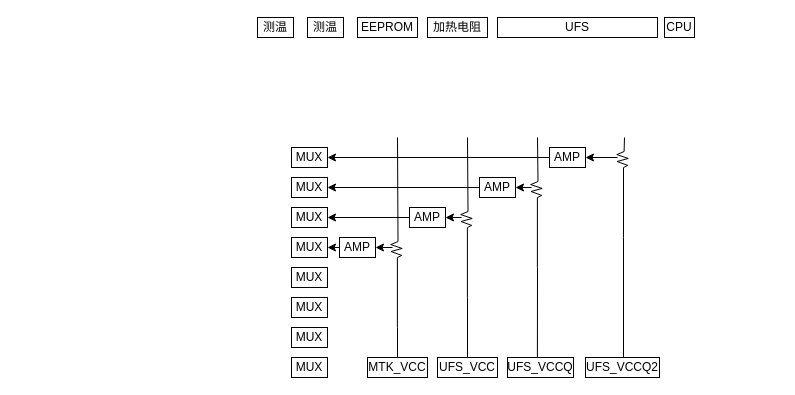
Earlier version of the draw.io diagram draw.io/Untitled Diagram.drawio (8f67ded9/draw.io). Source tidied: cells renumbered, new cells numbered last; positions are measured from the earlier drawing's top-left corner, leaving out a move shared by most shapes. Both pictures are drawn from the tidied source at 100%, with x=0, y=0 at pixel (257, 17).
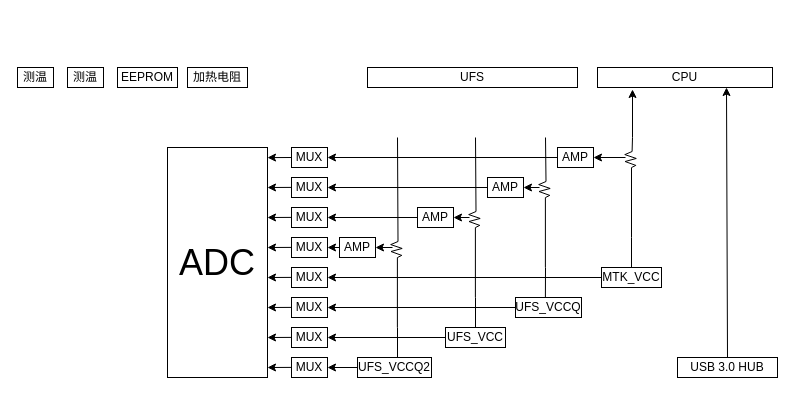
Above is the later version.

The change refers to these unchanged cells:
```xml
<mxCell id="8" value="MUX" style="rounded=0;whiteSpace=wrap;html=1;" parent="1" vertex="1">
  <mxGeometry x="34" y="130" width="36" height="20" as="geometry" />
</mxCell>
<mxCell id="10" value="MUX" style="rounded=0;whiteSpace=wrap;html=1;" parent="1" vertex="1">
  <mxGeometry x="34" y="190" width="36" height="20" as="geometry" />
</mxCell>
<mxCell id="12" value="MUX" style="rounded=0;whiteSpace=wrap;html=1;" parent="1" vertex="1">
  <mxGeometry x="34" y="250" width="36" height="20" as="geometry" />
</mxCell>
<mxCell id="13" value="MUX" style="rounded=0;whiteSpace=wrap;html=1;" parent="1" vertex="1">
  <mxGeometry x="34" y="280" width="36" height="20" as="geometry" />
</mxCell>
<mxCell id="14" value="MUX" style="rounded=0;whiteSpace=wrap;html=1;" parent="1" vertex="1">
  <mxGeometry x="34" y="310" width="36" height="20" as="geometry" />
</mxCell>
<mxCell id="15" value="MUX" style="rounded=0;whiteSpace=wrap;html=1;" parent="1" vertex="1">
  <mxGeometry x="34" y="340" width="36" height="20" as="geometry" />
</mxCell>
```

The edit, as a diff of the source:
```diff
@@
     <mxCell id="2" value="CPU" style="rounded=0;whiteSpace=wrap;html=1;" parent="1" vertex="1">
-      <mxGeometry x="407" width="30" height="20" as="geometry" />
+      <mxGeometry x="340" y="50" width="175" height="20" as="geometry" />
     </mxCell>
     <mxCell id="3" value="测温" style="rounded=0;whiteSpace=wrap;html=1;" parent="1" vertex="1">
-      <mxGeometry width="36" height="20" as="geometry" />
+      <mxGeometry x="-240" y="50" width="36" height="20" as="geometry" />
     </mxCell>
     <mxCell id="4" value="测温" style="rounded=0;whiteSpace=wrap;html=1;" parent="1" vertex="1">
-      <mxGeometry x="50" width="36" height="20" as="geometry" />
+      <mxGeometry x="-190" y="50" width="36" height="20" as="geometry" />
     </mxCell>
     <mxCell id="5" value="EEPROM" style="rounded=0;whiteSpace=wrap;html=1;" parent="1" vertex="1">
-      <mxGeometry x="100" width="60" height="20" as="geometry" />
+      <mxGeometry x="-140" y="50" width="60" height="20" as="geometry" />
     </mxCell>
     <mxCell id="6" value="加热电阻" style="rounded=0;whiteSpace=wrap;html=1;" parent="1" vertex="1">
-      <mxGeometry x="170" width="60" height="20" as="geometry" />
+      <mxGeometry x="-70" y="50" width="60" height="20" as="geometry" />
     </mxCell>
     <mxCell id="7" value="UFS" style="rounded=0;whiteSpace=wrap;html=1;" parent="1" vertex="1">
-      <mxGeometry x="240" width="160" height="20" as="geometry" />
+      <mxGeometry x="110" y="50" width="210" height="20" as="geometry" />
     </mxCell>
+    <mxCell id="64" style="edgeStyle=none;rounded=0;jettySize=auto;html=1;exitX=0;exitY=0.5;exitDx=0;exitDy=0;entryX=1;entryY=0.044;entryDx=0;entryDy=0;entryPerimeter=0;" parent="1" edge="1" source="8" target="72">
+      <mxGeometry relative="1" as="geometry" />
+    </mxCell>
@@
+    <mxCell id="65" style="edgeStyle=none;rounded=0;jettySize=auto;html=1;" parent="1" edge="1" source="10">
+      <mxGeometry relative="1" as="geometry">
+        <mxPoint x="70" y="200" as="targetPoint" />
+      </mxGeometry>
+    </mxCell>
@@
-    <mxCell id="18" value="MTK_VCC" style="rounded=0;whiteSpace=wrap;html=1;" parent="1" vertex="1">
-      <mxGeometry x="110" y="340" width="60" height="20" as="geometry" />
-    </mxCell>
+    <mxCell id="66" style="edgeStyle=none;rounded=0;jettySize=auto;html=1;entryX=1;entryY=0.5;entryDx=0;entryDy=0;" parent="1" edge="1" source="19" target="13">
+      <mxGeometry relative="1" as="geometry" />
+    </mxCell>
     <mxCell id="19" value="UFS_VCCQ" style="rounded=0;whiteSpace=wrap;html=1;" parent="1" vertex="1">
-      <mxGeometry x="250" y="340" width="66" height="20" as="geometry" />
+      <mxGeometry x="258" y="280" width="66" height="20" as="geometry" />
     </mxCell>
-    <mxCell id="20" value="UFS_VCCQ2" style="rounded=0;whiteSpace=wrap;html=1;" parent="1" vertex="1">
-      <mxGeometry x="328" y="340" width="74" height="20" as="geometry" />
-    </mxCell>
@@
-    <mxCell id="28" style="endArrow=none;html=1;exitX=0.5;exitY=0;exitDx=0;exitDy=0;" parent="1" edge="1" source="18">
+    <mxCell id="28" style="endArrow=none;html=1;exitX=0.5;exitY=0;exitDx=0;exitDy=0;" parent="1" edge="1">
       <mxGeometry relative="1" as="geometry">
+        <mxPoint x="140" y="340" as="sourcePoint" />
         <mxPoint x="140" y="310" as="targetPoint" />
       </mxGeometry>
     </mxCell>
@@
     <mxCell id="30" value="AMP" style="rounded=0;whiteSpace=wrap;html=1;" parent="1" vertex="1">
-      <mxGeometry x="152" y="190" width="36" height="20" as="geometry" />
+      <mxGeometry x="160" y="190" width="36" height="20" as="geometry" />
     </mxCell>
+    <mxCell id="67" style="edgeStyle=none;rounded=0;jettySize=auto;html=1;exitX=0;exitY=0.5;exitDx=0;exitDy=0;entryX=1;entryY=0.5;entryDx=0;entryDy=0;" parent="1" edge="1" source="31" target="14">
+      <mxGeometry relative="1" as="geometry" />
+    </mxCell>
     <mxCell id="31" value="UFS_VCC" style="rounded=0;whiteSpace=wrap;html=1;" parent="1" vertex="1">
-      <mxGeometry x="180" y="340" width="60" height="20" as="geometry" />
+      <mxGeometry x="188" y="310" width="60" height="20" as="geometry" />
     </mxCell>
     <mxCell id="32" style="endArrow=none;html=1;" parent="1" edge="1">
       <mxGeometry relative="1" as="geometry">
-        <mxPoint x="214.8" y="201" as="sourcePoint" />
-        <mxPoint x="203" y="197" as="targetPoint" />
+        <mxPoint x="222.8" y="201" as="sourcePoint" />
+        <mxPoint x="211" y="197" as="targetPoint" />
       </mxGeometry>
     </mxCell>
     <mxCell id="33" style="endArrow=none;html=1;exitX=0.5;exitY=0;exitDx=0;exitDy=0;" parent="1" edge="1">
       <mxGeometry relative="1" as="geometry">
-        <mxPoint x="209.9" y="280" as="sourcePoint" />
-        <mxPoint x="209.9" y="210" as="targetPoint" />
+        <mxPoint x="217.9" y="280" as="sourcePoint" />
+        <mxPoint x="217.9" y="210" as="targetPoint" />
       </mxGeometry>
     </mxCell>
     <mxCell id="34" style="endArrow=none;html=1;" parent="1" edge="1">
       <mxGeometry relative="1" as="geometry">
-        <mxPoint x="210.5" y="194" as="sourcePoint" />
-        <mxPoint x="210" y="120" as="targetPoint" />
+        <mxPoint x="218.5" y="194" as="sourcePoint" />
+        <mxPoint x="218" y="120" as="targetPoint" />
       </mxGeometry>
     </mxCell>
     <mxCell id="35" style="endArrow=none;html=1;" parent="1" edge="1">
       <mxGeometry relative="1" as="geometry">
-        <mxPoint x="203.5" y="197" as="sourcePoint" />
-        <mxPoint x="210.5" y="194" as="targetPoint" />
+        <mxPoint x="211.5" y="197" as="sourcePoint" />
+        <mxPoint x="218.5" y="194" as="targetPoint" />
       </mxGeometry>
     </mxCell>
     <mxCell id="36" style="endArrow=none;html=1;" parent="1" edge="1">
       <mxGeometry relative="1" as="geometry">
-        <mxPoint x="203.5" y="204" as="sourcePoint" />
-        <mxPoint x="214.5" y="201" as="targetPoint" />
+        <mxPoint x="211.5" y="204" as="sourcePoint" />
+        <mxPoint x="222.5" y="201" as="targetPoint" />
       </mxGeometry>
     </mxCell>
     <mxCell id="37" style="endArrow=none;html=1;" parent="1" edge="1">
       <mxGeometry relative="1" as="geometry">
-        <mxPoint x="214.5" y="208" as="sourcePoint" />
-        <mxPoint x="203.5" y="204" as="targetPoint" />
+        <mxPoint x="222.5" y="208" as="sourcePoint" />
+        <mxPoint x="211.5" y="204" as="targetPoint" />
       </mxGeometry>
     </mxCell>
     <mxCell id="38" style="endArrow=none;html=1;" parent="1" edge="1">
       <mxGeometry relative="1" as="geometry">
-        <mxPoint x="210" y="210" as="sourcePoint" />
-        <mxPoint x="214" y="208" as="targetPoint" />
+        <mxPoint x="218" y="210" as="sourcePoint" />
+        <mxPoint x="222" y="208" as="targetPoint" />
       </mxGeometry>
     </mxCell>
     <mxCell id="39" style="endArrow=none;html=1;exitX=0.5;exitY=0;exitDx=0;exitDy=0;" parent="1" edge="1" source="31">
       <mxGeometry relative="1" as="geometry">
-        <mxPoint x="210" y="280" as="targetPoint" />
+        <mxPoint x="218" y="280" as="targetPoint" />
       </mxGeometry>
     </mxCell>
@@
     <mxCell id="41" value="AMP" style="rounded=0;whiteSpace=wrap;html=1;" parent="1" vertex="1">
-      <mxGeometry x="222" y="160" width="36" height="20" as="geometry" />
+      <mxGeometry x="230" y="160" width="36" height="20" as="geometry" />
     </mxCell>
     <mxCell id="42" style="endArrow=none;html=1;" parent="1" edge="1">
       <mxGeometry relative="1" as="geometry">
-        <mxPoint x="284.8" y="171" as="sourcePoint" />
-        <mxPoint x="273" y="167" as="targetPoint" />
+        <mxPoint x="292.8" y="171" as="sourcePoint" />
+        <mxPoint x="281" y="167" as="targetPoint" />
       </mxGeometry>
     </mxCell>
     <mxCell id="43" style="endArrow=none;html=1;exitX=0.5;exitY=0;exitDx=0;exitDy=0;" parent="1" edge="1">
       <mxGeometry relative="1" as="geometry">
-        <mxPoint x="279.9" y="250" as="sourcePoint" />
-        <mxPoint x="279.9" y="180" as="targetPoint" />
+        <mxPoint x="287.9" y="250" as="sourcePoint" />
+        <mxPoint x="287.9" y="180" as="targetPoint" />
       </mxGeometry>
     </mxCell>
     <mxCell id="44" style="endArrow=none;html=1;" parent="1" edge="1">
       <mxGeometry relative="1" as="geometry">
-        <mxPoint x="280.5" y="164" as="sourcePoint" />
-        <mxPoint x="280" y="120" as="targetPoint" />
+        <mxPoint x="288.5" y="164" as="sourcePoint" />
+        <mxPoint x="288" y="120" as="targetPoint" />
       </mxGeometry>
     </mxCell>
     <mxCell id="45" style="endArrow=none;html=1;" parent="1" edge="1">
       <mxGeometry relative="1" as="geometry">
-        <mxPoint x="273.5" y="167" as="sourcePoint" />
-        <mxPoint x="280.5" y="164" as="targetPoint" />
+        <mxPoint x="281.5" y="167" as="sourcePoint" />
+        <mxPoint x="288.5" y="164" as="targetPoint" />
       </mxGeometry>
     </mxCell>
     <mxCell id="46" style="endArrow=none;html=1;" parent="1" edge="1">
       <mxGeometry relative="1" as="geometry">
-        <mxPoint x="273.5" y="174" as="sourcePoint" />
-        <mxPoint x="284.5" y="171" as="targetPoint" />
+        <mxPoint x="281.5" y="174" as="sourcePoint" />
+        <mxPoint x="292.5" y="171" as="targetPoint" />
       </mxGeometry>
     </mxCell>
     <mxCell id="47" style="endArrow=none;html=1;" parent="1" edge="1">
       <mxGeometry relative="1" as="geometry">
-        <mxPoint x="284.5" y="178" as="sourcePoint" />
-        <mxPoint x="273.5" y="174" as="targetPoint" />
+        <mxPoint x="292.5" y="178" as="sourcePoint" />
+        <mxPoint x="281.5" y="174" as="targetPoint" />
       </mxGeometry>
     </mxCell>
     <mxCell id="48" style="endArrow=none;html=1;" parent="1" edge="1">
       <mxGeometry relative="1" as="geometry">
-        <mxPoint x="280" y="180" as="sourcePoint" />
-        <mxPoint x="284" y="178" as="targetPoint" />
+        <mxPoint x="288" y="180" as="sourcePoint" />
+        <mxPoint x="292" y="178" as="targetPoint" />
       </mxGeometry>
     </mxCell>
     <mxCell id="49" style="endArrow=none;html=1;exitX=0.453;exitY=0.011;exitDx=0;exitDy=0;exitPerimeter=0;" parent="1" edge="1" source="19">
       <mxGeometry relative="1" as="geometry">
-        <mxPoint x="280" y="250" as="targetPoint" />
+        <mxPoint x="288" y="250" as="targetPoint" />
       </mxGeometry>
     </mxCell>
@@
     <mxCell id="51" value="AMP" style="rounded=0;whiteSpace=wrap;html=1;" parent="1" vertex="1">
-      <mxGeometry x="292" y="130" width="36" height="20" as="geometry" />
+      <mxGeometry x="300" y="130" width="36" height="20" as="geometry" />
     </mxCell>
     <mxCell id="52" style="endArrow=none;html=1;" parent="1" edge="1">
       <mxGeometry relative="1" as="geometry">
-        <mxPoint x="370.9" y="141" as="sourcePoint" />
-        <mxPoint x="359.1" y="137" as="targetPoint" />
+        <mxPoint x="378.9" y="141" as="sourcePoint" />
+        <mxPoint x="367.1" y="137" as="targetPoint" />
       </mxGeometry>
     </mxCell>
     <mxCell id="53" style="endArrow=none;html=1;exitX=0.5;exitY=0;exitDx=0;exitDy=0;" parent="1" edge="1">
       <mxGeometry relative="1" as="geometry">
-        <mxPoint x="366" y="220" as="sourcePoint" />
-        <mxPoint x="366" y="150" as="targetPoint" />
+        <mxPoint x="374" y="220" as="sourcePoint" />
+        <mxPoint x="374" y="150" as="targetPoint" />
       </mxGeometry>
     </mxCell>
     <mxCell id="54" style="endArrow=none;html=1;" parent="1" edge="1">
       <mxGeometry relative="1" as="geometry">
-        <mxPoint x="366.6" y="134" as="sourcePoint" />
-        <mxPoint x="367" y="120" as="targetPoint" />
+        <mxPoint x="374.6" y="134" as="sourcePoint" />
+        <mxPoint x="375" y="120" as="targetPoint" />
       </mxGeometry>
     </mxCell>
     <mxCell id="55" style="endArrow=none;html=1;" parent="1" edge="1">
       <mxGeometry relative="1" as="geometry">
-        <mxPoint x="359.6" y="137" as="sourcePoint" />
-        <mxPoint x="366.6" y="134" as="targetPoint" />
+        <mxPoint x="367.6" y="137" as="sourcePoint" />
+        <mxPoint x="374.6" y="134" as="targetPoint" />
       </mxGeometry>
     </mxCell>
     <mxCell id="56" style="endArrow=none;html=1;" parent="1" edge="1">
       <mxGeometry relative="1" as="geometry">
-        <mxPoint x="359.6" y="144" as="sourcePoint" />
-        <mxPoint x="370.6" y="141" as="targetPoint" />
+        <mxPoint x="367.6" y="144" as="sourcePoint" />
+        <mxPoint x="378.6" y="141" as="targetPoint" />
       </mxGeometry>
     </mxCell>
     <mxCell id="57" style="endArrow=none;html=1;" parent="1" edge="1">
       <mxGeometry relative="1" as="geometry">
-        <mxPoint x="370.6" y="148" as="sourcePoint" />
-        <mxPoint x="359.6" y="144" as="targetPoint" />
+        <mxPoint x="378.6" y="148" as="sourcePoint" />
+        <mxPoint x="367.6" y="144" as="targetPoint" />
       </mxGeometry>
     </mxCell>
     <mxCell id="58" style="endArrow=none;html=1;" parent="1" edge="1">
       <mxGeometry relative="1" as="geometry">
-        <mxPoint x="366.1" y="150" as="sourcePoint" />
-        <mxPoint x="370.1" y="148" as="targetPoint" />
+        <mxPoint x="374.1" y="150" as="sourcePoint" />
+        <mxPoint x="378.1" y="148" as="targetPoint" />
       </mxGeometry>
     </mxCell>
-    <mxCell id="59" style="endArrow=none;html=1;exitX=0.5;exitY=0;exitDx=0;exitDy=0;" parent="1" edge="1">
+    <mxCell id="59" style="endArrow=none;html=1;exitX=0.5;exitY=0;exitDx=0;exitDy=0;startArrow=none;" parent="1" edge="1" source="18">
       <mxGeometry relative="1" as="geometry">
-        <mxPoint x="366" y="340" as="sourcePoint" />
-        <mxPoint x="366" y="220" as="targetPoint" />
+        <mxPoint x="374" y="220" as="targetPoint" />
       </mxGeometry>
     </mxCell>
@@
     <mxCell id="61" style="edgeStyle=none;rounded=0;jettySize=auto;html=1;entryX=1;entryY=0.5;entryDx=0;entryDy=0;" parent="1" edge="1" target="30">
       <mxGeometry relative="1" as="geometry">
-        <mxPoint x="204" y="200" as="sourcePoint" />
+        <mxPoint x="212" y="200" as="sourcePoint" />
       </mxGeometry>
     </mxCell>
     <mxCell id="62" style="edgeStyle=none;rounded=0;jettySize=auto;html=1;entryX=1;entryY=0.5;entryDx=0;entryDy=0;" parent="1" edge="1" target="41">
       <mxGeometry relative="1" as="geometry">
-        <mxPoint x="274" y="170" as="sourcePoint" />
+        <mxPoint x="282" y="170" as="sourcePoint" />
       </mxGeometry>
     </mxCell>
     <mxCell id="63" style="edgeStyle=none;rounded=0;jettySize=auto;html=1;entryX=1;entryY=0.5;entryDx=0;entryDy=0;" parent="1" edge="1" target="51">
       <mxGeometry relative="1" as="geometry">
-        <mxPoint x="360" y="140" as="sourcePoint" />
+        <mxPoint x="368" y="140" as="sourcePoint" />
       </mxGeometry>
     </mxCell>
+    <mxCell id="68" style="edgeStyle=none;rounded=0;jettySize=auto;html=1;exitX=0.5;exitY=0;exitDx=0;exitDy=0;" parent="1" edge="1" source="69">
+      <mxGeometry relative="1" as="geometry">
+        <mxPoint x="469" y="70" as="targetPoint" />
+      </mxGeometry>
+    </mxCell>
+    <mxCell id="69" value="USB 3.0 HUB" style="rounded=0;whiteSpace=wrap;html=1;" parent="1" vertex="1">
+      <mxGeometry x="420" y="340" width="100" height="20" as="geometry" />
+    </mxCell>
+    <mxCell id="70" style="edgeStyle=none;rounded=0;jettySize=auto;html=1;exitX=0;exitY=0.5;exitDx=0;exitDy=0;entryX=1;entryY=0.5;entryDx=0;entryDy=0;" parent="1" edge="1" source="20" target="15">
+      <mxGeometry relative="1" as="geometry" />
+    </mxCell>
+    <mxCell id="20" value="UFS_VCCQ2" style="rounded=0;whiteSpace=wrap;html=1;" parent="1" vertex="1">
+      <mxGeometry x="100" y="340" width="74" height="20" as="geometry" />
+    </mxCell>
+    <mxCell id="71" style="endArrow=classic;html=1;" parent="1" edge="1">
+      <mxGeometry relative="1" as="geometry">
+        <mxPoint x="375" y="120" as="sourcePoint" />
+        <mxPoint x="375" y="72" as="targetPoint" />
+      </mxGeometry>
+    </mxCell>
+    <mxCell id="72" value="&lt;font style=&quot;font-size: 36px&quot;&gt;ADC&lt;/font&gt;" style="rounded=0;whiteSpace=wrap;html=1;" parent="1" vertex="1">
+      <mxGeometry x="-90" y="130" width="100" height="230" as="geometry" />
+    </mxCell>
+    <mxCell id="73" style="edgeStyle=none;rounded=0;orthogonalLoop=1;jettySize=auto;html=1;exitX=0;exitY=0.5;exitDx=0;exitDy=0;entryX=1;entryY=0.044;entryDx=0;entryDy=0;entryPerimeter=0;" parent="1" edge="1">
+      <mxGeometry relative="1" as="geometry">
+        <mxPoint x="34" y="169.9" as="sourcePoint" />
+        <mxPoint x="10" y="170" as="targetPoint" />
+      </mxGeometry>
+    </mxCell>
+    <mxCell id="74" style="edgeStyle=none;rounded=0;orthogonalLoop=1;jettySize=auto;html=1;exitX=0;exitY=0.5;exitDx=0;exitDy=0;entryX=1;entryY=0.044;entryDx=0;entryDy=0;entryPerimeter=0;" parent="1" edge="1">
+      <mxGeometry relative="1" as="geometry">
+        <mxPoint x="34" y="199.9" as="sourcePoint" />
+        <mxPoint x="10" y="200" as="targetPoint" />
+      </mxGeometry>
+    </mxCell>
+    <mxCell id="75" style="edgeStyle=none;rounded=0;orthogonalLoop=1;jettySize=auto;html=1;exitX=0;exitY=0.5;exitDx=0;exitDy=0;entryX=1;entryY=0.044;entryDx=0;entryDy=0;entryPerimeter=0;" parent="1" edge="1">
+      <mxGeometry relative="1" as="geometry">
+        <mxPoint x="34" y="229.9" as="sourcePoint" />
+        <mxPoint x="10" y="230" as="targetPoint" />
+      </mxGeometry>
+    </mxCell>
+    <mxCell id="76" style="edgeStyle=none;rounded=0;orthogonalLoop=1;jettySize=auto;html=1;exitX=0;exitY=0.5;exitDx=0;exitDy=0;entryX=1;entryY=0.044;entryDx=0;entryDy=0;entryPerimeter=0;" parent="1" edge="1">
+      <mxGeometry relative="1" as="geometry">
+        <mxPoint x="34" y="259.9" as="sourcePoint" />
+        <mxPoint x="10" y="260" as="targetPoint" />
+      </mxGeometry>
+    </mxCell>
+    <mxCell id="77" style="edgeStyle=none;rounded=0;orthogonalLoop=1;jettySize=auto;html=1;exitX=0;exitY=0.5;exitDx=0;exitDy=0;entryX=1;entryY=0.044;entryDx=0;entryDy=0;entryPerimeter=0;" parent="1" edge="1">
+      <mxGeometry relative="1" as="geometry">
+        <mxPoint x="34" y="289.9" as="sourcePoint" />
+        <mxPoint x="10" y="290" as="targetPoint" />
+      </mxGeometry>
+    </mxCell>
+    <mxCell id="78" style="edgeStyle=none;rounded=0;orthogonalLoop=1;jettySize=auto;html=1;exitX=0;exitY=0.5;exitDx=0;exitDy=0;entryX=1;entryY=0.044;entryDx=0;entryDy=0;entryPerimeter=0;" parent="1" edge="1">
+      <mxGeometry relative="1" as="geometry">
+        <mxPoint x="34" y="319.9" as="sourcePoint" />
+        <mxPoint x="10" y="320" as="targetPoint" />
+      </mxGeometry>
+    </mxCell>
+    <mxCell id="79" style="edgeStyle=none;rounded=0;orthogonalLoop=1;jettySize=auto;html=1;exitX=0;exitY=0.5;exitDx=0;exitDy=0;entryX=1;entryY=0.044;entryDx=0;entryDy=0;entryPerimeter=0;" parent="1" edge="1">
+      <mxGeometry relative="1" as="geometry">
+        <mxPoint x="34" y="349.9" as="sourcePoint" />
+        <mxPoint x="10" y="350" as="targetPoint" />
+      </mxGeometry>
+    </mxCell>
+    <mxCell id="80" style="edgeStyle=none;rounded=0;jettySize=auto;html=1;" parent="1" edge="1" source="18" target="12">
+      <mxGeometry relative="1" as="geometry" />
+    </mxCell>
+    <mxCell id="18" value="MTK_VCC" style="rounded=0;whiteSpace=wrap;html=1;" parent="1" vertex="1">
+      <mxGeometry x="344" y="250" width="60" height="20" as="geometry" />
+    </mxCell>
```
